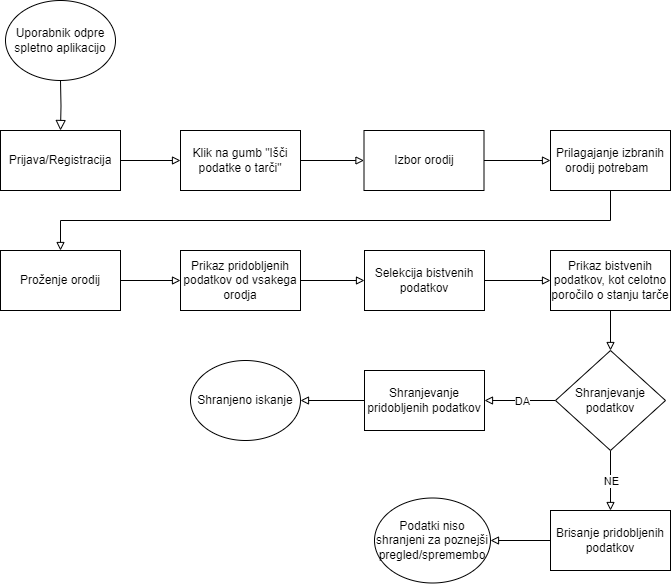
Before: Dokumentacija/Predloge in vmesni dokumenti/Flowchart/Flowchart - Uporaba aplikacije.png, a diagram exported from draw.io (neratmatevz/ThreatInsight). Source tidied: cells renumbered, new cells last; positions are measured from the earlier drawing's top-left corner, leaving out a move shared by most shapes. Its diagram source:
```xml
<mxGraphModel>
  <root>
    <mxCell id="0" />
    <mxCell id="1" parent="0" />
    <mxCell id="2" style="rounded=0;html=1;jettySize=auto;fontSize=11;endArrow=block;endFill=0;endSize=8;strokeWidth=1;shadow=0;labelBackgroundColor=none;edgeStyle=orthogonalEdgeStyle;entryX=0.5;entryY=0;entryDx=0;entryDy=0;" parent="1" edge="1" target="4">
      <mxGeometry relative="1" as="geometry">
        <mxPoint x="60" y="80" as="sourcePoint" />
      </mxGeometry>
    </mxCell>
    <mxCell id="3" style="edgeStyle=orthogonalEdgeStyle;rounded=0;jettySize=auto;html=1;endArrow=block;endFill=0;" parent="1" edge="1" source="4" target="6">
      <mxGeometry relative="1" as="geometry" />
    </mxCell>
    <mxCell id="4" value="Prijava/Registracija" style="rounded=0;whiteSpace=wrap;html=1;" parent="1" vertex="1">
      <mxGeometry y="130" width="120" height="60" as="geometry" />
    </mxCell>
    <mxCell id="5" style="edgeStyle=orthogonalEdgeStyle;rounded=0;jettySize=auto;html=1;endArrow=block;endFill=0;" parent="1" edge="1" source="6" target="8">
      <mxGeometry relative="1" as="geometry" />
    </mxCell>
    <mxCell id="6" value="Klik na gumb &quot;Išči podatke o tarči&quot;" style="whiteSpace=wrap;html=1;rounded=0;" parent="1" vertex="1">
      <mxGeometry x="180" y="130" width="120" height="60" as="geometry" />
    </mxCell>
    <mxCell id="7" style="edgeStyle=orthogonalEdgeStyle;rounded=0;jettySize=auto;html=1;endArrow=block;endFill=0;" parent="1" edge="1" source="8" target="11">
      <mxGeometry relative="1" as="geometry" />
    </mxCell>
    <mxCell id="8" value="Izbor orodij" style="whiteSpace=wrap;html=1;rounded=0;" parent="1" vertex="1">
      <mxGeometry x="363.5" y="130" width="120" height="60" as="geometry" />
    </mxCell>
    <mxCell id="9" value="Uporabnik odpre spletno aplikacijo" style="ellipse;whiteSpace=wrap;html=1;" parent="1" vertex="1">
      <mxGeometry x="5" width="110" height="80" as="geometry" />
    </mxCell>
    <mxCell id="10" style="edgeStyle=orthogonalEdgeStyle;rounded=0;jettySize=auto;html=1;endArrow=block;endFill=0;" parent="1" edge="1" source="11" target="13">
      <mxGeometry relative="1" as="geometry">
        <Array as="points">
          <mxPoint x="610" y="220" />
          <mxPoint x="60" y="220" />
        </Array>
      </mxGeometry>
    </mxCell>
    <mxCell id="11" value="Prilagajanje izbranih orodij potrebam&amp;nbsp;&amp;nbsp;" style="whiteSpace=wrap;html=1;rounded=0;" parent="1" vertex="1">
      <mxGeometry x="550" y="130" width="120" height="60" as="geometry" />
    </mxCell>
    <mxCell id="12" style="edgeStyle=orthogonalEdgeStyle;rounded=0;jettySize=auto;html=1;endArrow=block;endFill=0;" parent="1" edge="1" source="13" target="15">
      <mxGeometry relative="1" as="geometry" />
    </mxCell>
    <mxCell id="13" value="Proženje orodij" style="whiteSpace=wrap;html=1;rounded=0;" parent="1" vertex="1">
      <mxGeometry y="250" width="120" height="60" as="geometry" />
    </mxCell>
    <mxCell id="14" style="edgeStyle=orthogonalEdgeStyle;rounded=0;jettySize=auto;html=1;endArrow=block;endFill=0;" parent="1" edge="1" source="15" target="17">
      <mxGeometry relative="1" as="geometry" />
    </mxCell>
    <mxCell id="15" value="Prikaz pridobljenih podatkov od vsakega orodja" style="whiteSpace=wrap;html=1;rounded=0;" parent="1" vertex="1">
      <mxGeometry x="180" y="250" width="120" height="60" as="geometry" />
    </mxCell>
    <mxCell id="16" style="edgeStyle=orthogonalEdgeStyle;rounded=0;jettySize=auto;html=1;endArrow=block;endFill=0;" parent="1" edge="1" source="17" target="19">
      <mxGeometry relative="1" as="geometry" />
    </mxCell>
    <mxCell id="17" value="Selekcija bistvenih podatkov" style="whiteSpace=wrap;html=1;rounded=0;" parent="1" vertex="1">
      <mxGeometry x="364" y="250" width="120" height="60" as="geometry" />
    </mxCell>
    <mxCell id="18" style="edgeStyle=orthogonalEdgeStyle;rounded=0;jettySize=auto;html=1;endArrow=block;endFill=0;" parent="1" edge="1" source="19" target="24">
      <mxGeometry relative="1" as="geometry" />
    </mxCell>
    <mxCell id="19" value="Prikaz bistvenih podatkov, kot celotno poročilo o stanju tarče" style="whiteSpace=wrap;html=1;rounded=0;" parent="1" vertex="1">
      <mxGeometry x="550" y="250" width="120" height="60" as="geometry" />
    </mxCell>
    <mxCell id="20" style="edgeStyle=orthogonalEdgeStyle;rounded=0;jettySize=auto;html=1;endArrow=block;endFill=0;" parent="1" edge="1" source="24" target="26">
      <mxGeometry relative="1" as="geometry" />
    </mxCell>
    <mxCell id="21" value="DA" style="edgeLabel;html=1;align=center;verticalAlign=middle;" parent="20" vertex="1">
      <mxGeometry x="-0.33" relative="1" as="geometry">
        <mxPoint x="-10" as="offset" />
      </mxGeometry>
    </mxCell>
    <mxCell id="22" style="edgeStyle=orthogonalEdgeStyle;rounded=0;jettySize=auto;html=1;endArrow=block;endFill=0;" parent="1" edge="1" source="24" target="28">
      <mxGeometry relative="1" as="geometry" />
    </mxCell>
    <mxCell id="23" value="NE" style="edgeLabel;html=1;align=center;verticalAlign=middle;" parent="22" vertex="1">
      <mxGeometry x="-0.67" y="4" relative="1" as="geometry">
        <mxPoint x="-4" y="20" as="offset" />
      </mxGeometry>
    </mxCell>
    <mxCell id="24" value="Shranjevanje podatkov" style="rhombus;whiteSpace=wrap;html=1;rounded=0;" parent="1" vertex="1">
      <mxGeometry x="555" y="350" width="110" height="100" as="geometry" />
    </mxCell>
    <mxCell id="25" style="edgeStyle=orthogonalEdgeStyle;rounded=0;jettySize=auto;html=1;endArrow=block;endFill=0;entryX=1;entryY=0.5;entryDx=0;entryDy=0;" parent="1" edge="1" source="26" target="29">
      <mxGeometry relative="1" as="geometry" />
    </mxCell>
    <mxCell id="26" value="Shranjevanje pridobljenih podatkov" style="whiteSpace=wrap;html=1;rounded=0;" parent="1" vertex="1">
      <mxGeometry x="364" y="370" width="120" height="60" as="geometry" />
    </mxCell>
    <mxCell id="27" style="edgeStyle=orthogonalEdgeStyle;rounded=0;jettySize=auto;html=1;endArrow=block;endFill=0;" parent="1" edge="1" source="28" target="30">
      <mxGeometry relative="1" as="geometry" />
    </mxCell>
    <mxCell id="28" value="Brisanje pridobljenih podatkov" style="whiteSpace=wrap;html=1;rounded=0;" parent="1" vertex="1">
      <mxGeometry x="550" y="510" width="120" height="60" as="geometry" />
    </mxCell>
    <mxCell id="29" value="Shranjeno iskanje" style="ellipse;whiteSpace=wrap;html=1;" parent="1" vertex="1">
      <mxGeometry x="190" y="360" width="110" height="80" as="geometry" />
    </mxCell>
    <mxCell id="30" value="Podatki niso shranjeni za poznejši pregled/spremembo" style="ellipse;whiteSpace=wrap;html=1;" parent="1" vertex="1">
      <mxGeometry x="374" y="497.5" width="116" height="85" as="geometry" />
    </mxCell>
  </root>
</mxGraphModel>
```
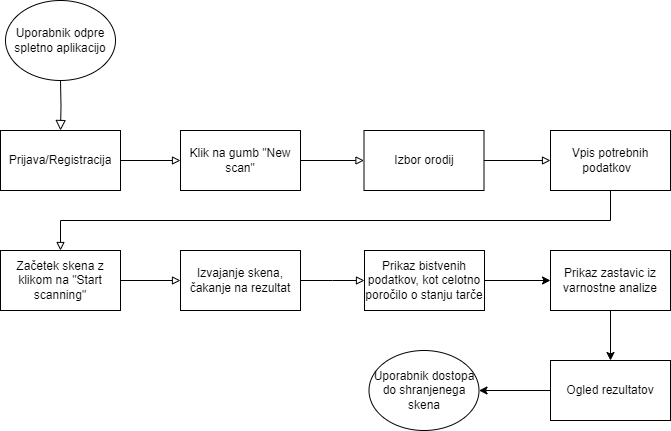
The same file after the commit.

The edit, as a diff of the source:
```diff
@@ -16,7 +16,7 @@
     <mxCell id="5" style="edgeStyle=orthogonalEdgeStyle;rounded=0;jettySize=auto;html=1;endArrow=block;endFill=0;" parent="1" edge="1" source="6" target="8">
       <mxGeometry relative="1" as="geometry" />
     </mxCell>
-    <mxCell id="6" value="Klik na gumb &quot;Išči podatke o tarči&quot;" style="whiteSpace=wrap;html=1;rounded=0;" parent="1" vertex="1">
+    <mxCell id="6" value="Klik na gumb &quot;New scan&quot;" style="whiteSpace=wrap;html=1;rounded=0;" parent="1" vertex="1">
       <mxGeometry x="180" y="130" width="120" height="60" as="geometry" />
     </mxCell>
     <mxCell id="7" style="edgeStyle=orthogonalEdgeStyle;rounded=0;jettySize=auto;html=1;endArrow=block;endFill=0;" parent="1" edge="1" source="8" target="11">
@@ -36,69 +36,43 @@
         </Array>
       </mxGeometry>
     </mxCell>
-    <mxCell id="11" value="Prilagajanje izbranih orodij potrebam&amp;nbsp;&amp;nbsp;" style="whiteSpace=wrap;html=1;rounded=0;" parent="1" vertex="1">
+    <mxCell id="11" value="Vpis potrebnih podatkov&amp;nbsp;&amp;nbsp;" style="whiteSpace=wrap;html=1;rounded=0;" parent="1" vertex="1">
       <mxGeometry x="550" y="130" width="120" height="60" as="geometry" />
     </mxCell>
     <mxCell id="12" style="edgeStyle=orthogonalEdgeStyle;rounded=0;jettySize=auto;html=1;endArrow=block;endFill=0;" parent="1" edge="1" source="13" target="15">
       <mxGeometry relative="1" as="geometry" />
     </mxCell>
-    <mxCell id="13" value="Proženje orodij" style="whiteSpace=wrap;html=1;rounded=0;" parent="1" vertex="1">
+    <mxCell id="13" value="Začetek skena z klikom na &quot;Start scanning&quot;" style="whiteSpace=wrap;html=1;rounded=0;" parent="1" vertex="1">
       <mxGeometry y="250" width="120" height="60" as="geometry" />
     </mxCell>
-    <mxCell id="14" style="edgeStyle=orthogonalEdgeStyle;rounded=0;jettySize=auto;html=1;endArrow=block;endFill=0;" parent="1" edge="1" source="15" target="17">
-      <mxGeometry relative="1" as="geometry" />
+    <mxCell id="14" style="edgeStyle=orthogonalEdgeStyle;rounded=0;jettySize=auto;html=1;endArrow=block;endFill=0;" parent="1" edge="1" source="15">
+      <mxGeometry relative="1" as="geometry">
+        <mxPoint x="364" y="280" as="targetPoint" />
+      </mxGeometry>
     </mxCell>
-    <mxCell id="15" value="Prikaz pridobljenih podatkov od vsakega orodja" style="whiteSpace=wrap;html=1;rounded=0;" parent="1" vertex="1">
+    <mxCell id="15" value="Izvajanje skena, čakanje na rezultat" style="whiteSpace=wrap;html=1;rounded=0;" parent="1" vertex="1">
       <mxGeometry x="180" y="250" width="120" height="60" as="geometry" />
     </mxCell>
-    <mxCell id="16" style="edgeStyle=orthogonalEdgeStyle;rounded=0;jettySize=auto;html=1;endArrow=block;endFill=0;" parent="1" edge="1" source="17" target="19">
-      <mxGeometry relative="1" as="geometry" />
-    </mxCell>
-    <mxCell id="17" value="Selekcija bistvenih podatkov" style="whiteSpace=wrap;html=1;rounded=0;" parent="1" vertex="1">
-      <mxGeometry x="364" y="250" width="120" height="60" as="geometry" />
-    </mxCell>
-    <mxCell id="18" style="edgeStyle=orthogonalEdgeStyle;rounded=0;jettySize=auto;html=1;endArrow=block;endFill=0;" parent="1" edge="1" source="19" target="24">
-      <mxGeometry relative="1" as="geometry" />
-    </mxCell>
+    <mxCell id="31" style="edgeStyle=orthogonalEdgeStyle;rounded=0;jettySize=auto;html=1;" parent="1" edge="1" source="19" target="33">
+      <mxGeometry relative="1" as="geometry" />
+    </mxCell>
     <mxCell id="19" value="Prikaz bistvenih podatkov, kot celotno poročilo o stanju tarče" style="whiteSpace=wrap;html=1;rounded=0;" parent="1" vertex="1">
-      <mxGeometry x="550" y="250" width="120" height="60" as="geometry" />
+      <mxGeometry x="364" y="250" width="120" height="60" as="geometry" />
     </mxCell>
-    <mxCell id="20" style="edgeStyle=orthogonalEdgeStyle;rounded=0;jettySize=auto;html=1;endArrow=block;endFill=0;" parent="1" edge="1" source="24" target="26">
-      <mxGeometry relative="1" as="geometry" />
-    </mxCell>
-    <mxCell id="21" value="DA" style="edgeLabel;html=1;align=center;verticalAlign=middle;" parent="20" vertex="1">
-      <mxGeometry x="-0.33" relative="1" as="geometry">
-        <mxPoint x="-10" as="offset" />
-      </mxGeometry>
-    </mxCell>
-    <mxCell id="22" style="edgeStyle=orthogonalEdgeStyle;rounded=0;jettySize=auto;html=1;endArrow=block;endFill=0;" parent="1" edge="1" source="24" target="28">
-      <mxGeometry relative="1" as="geometry" />
-    </mxCell>
-    <mxCell id="23" value="NE" style="edgeLabel;html=1;align=center;verticalAlign=middle;" parent="22" vertex="1">
-      <mxGeometry x="-0.67" y="4" relative="1" as="geometry">
-        <mxPoint x="-4" y="20" as="offset" />
-      </mxGeometry>
-    </mxCell>
-    <mxCell id="24" value="Shranjevanje podatkov" style="rhombus;whiteSpace=wrap;html=1;rounded=0;" parent="1" vertex="1">
-      <mxGeometry x="555" y="350" width="110" height="100" as="geometry" />
-    </mxCell>
-    <mxCell id="25" style="edgeStyle=orthogonalEdgeStyle;rounded=0;jettySize=auto;html=1;endArrow=block;endFill=0;entryX=1;entryY=0.5;entryDx=0;entryDy=0;" parent="1" edge="1" source="26" target="29">
-      <mxGeometry relative="1" as="geometry" />
-    </mxCell>
-    <mxCell id="26" value="Shranjevanje pridobljenih podatkov" style="whiteSpace=wrap;html=1;rounded=0;" parent="1" vertex="1">
-      <mxGeometry x="364" y="370" width="120" height="60" as="geometry" />
-    </mxCell>
-    <mxCell id="27" style="edgeStyle=orthogonalEdgeStyle;rounded=0;jettySize=auto;html=1;endArrow=block;endFill=0;" parent="1" edge="1" source="28" target="30">
-      <mxGeometry relative="1" as="geometry" />
-    </mxCell>
-    <mxCell id="28" value="Brisanje pridobljenih podatkov" style="whiteSpace=wrap;html=1;rounded=0;" parent="1" vertex="1">
-      <mxGeometry x="550" y="510" width="120" height="60" as="geometry" />
-    </mxCell>
-    <mxCell id="29" value="Shranjeno iskanje" style="ellipse;whiteSpace=wrap;html=1;" parent="1" vertex="1">
-      <mxGeometry x="190" y="360" width="110" height="80" as="geometry" />
-    </mxCell>
-    <mxCell id="30" value="Podatki niso shranjeni za poznejši pregled/spremembo" style="ellipse;whiteSpace=wrap;html=1;" parent="1" vertex="1">
-      <mxGeometry x="374" y="497.5" width="116" height="85" as="geometry" />
-    </mxCell>
+    <mxCell id="32" style="edgeStyle=orthogonalEdgeStyle;rounded=0;jettySize=auto;html=1;" parent="1" edge="1" source="33" target="35">
+      <mxGeometry relative="1" as="geometry" />
+    </mxCell>
+    <mxCell id="33" value="Prikaz zastavic iz varnostne analize" style="whiteSpace=wrap;html=1;rounded=0;" parent="1" vertex="1">
+      <mxGeometry x="550" y="250" width="120" height="60" as="geometry" />
+    </mxCell>
+    <mxCell id="34" style="edgeStyle=orthogonalEdgeStyle;rounded=0;jettySize=auto;html=1;" parent="1" edge="1" source="35" target="36">
+      <mxGeometry relative="1" as="geometry" />
+    </mxCell>
+    <mxCell id="35" value="Ogled rezultatov" style="whiteSpace=wrap;html=1;rounded=0;" parent="1" vertex="1">
+      <mxGeometry x="550" y="360" width="120" height="60" as="geometry" />
+    </mxCell>
+    <mxCell id="36" value="Uporabnik dostopa do shranjenega skena" style="ellipse;whiteSpace=wrap;html=1;" parent="1" vertex="1">
+      <mxGeometry x="368.5" y="350" width="110" height="80" as="geometry" />
+    </mxCell>
   </root>
 </mxGraphModel>
```
